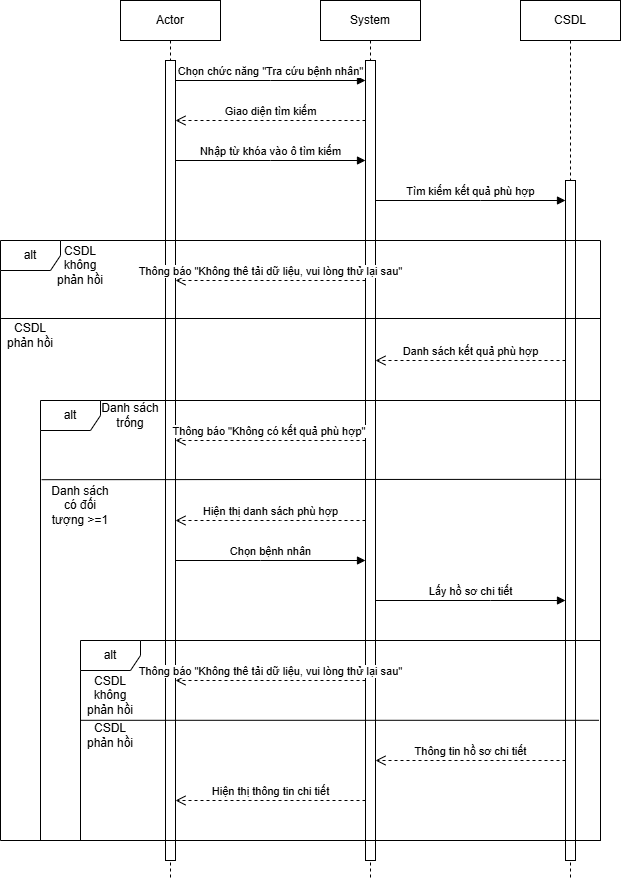
Thiencc03-07-2006/PTIT_CNTT2_IT105_Project keeps this draw.io diagram as Sequence32_1.drawio.png. Above is the earlier version. Source tidied: cells renumbered, new cells last; positions are measured from the earlier drawing's top-left corner, leaving out a move shared by most shapes.
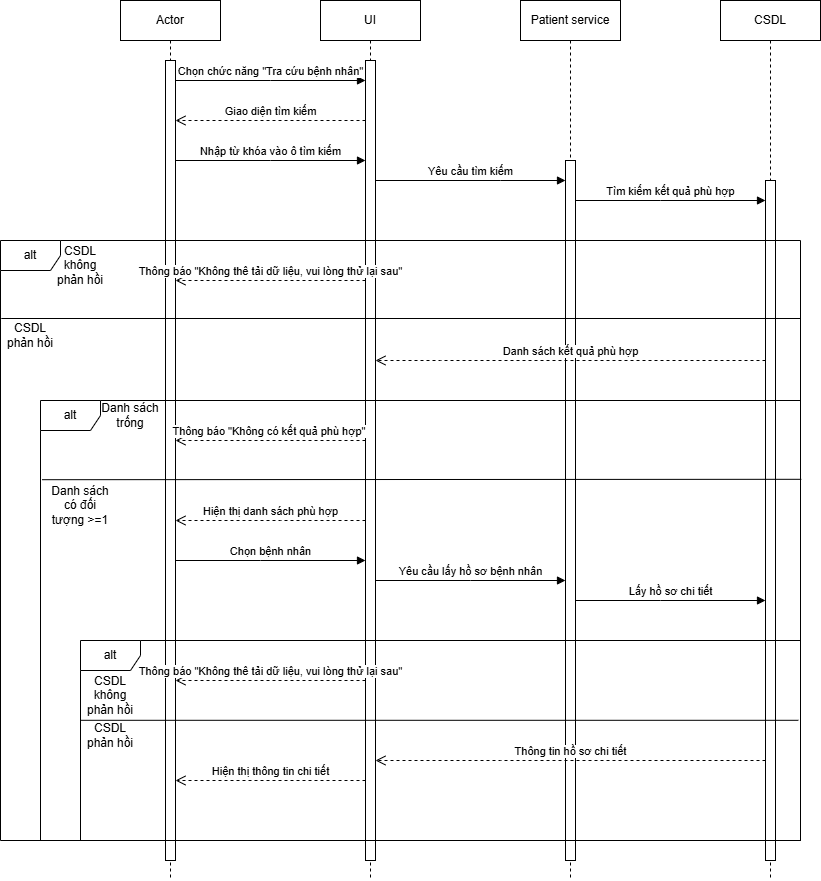
Later version of the same file.

What changed in the source:
```diff
@@ -2,14 +2,20 @@
   <root>
     <mxCell id="0" />
     <mxCell id="1" parent="0" />
-    <mxCell id="2" value="System" style="shape=umlLifeline;perimeter=lifelinePerimeter;whiteSpace=wrap;html=1;newEdgeStyle={&quot;curved&quot;:0,&quot;rounded&quot;:0};" parent="1" vertex="1">
-      <mxGeometry x="320" width="100" height="880" as="geometry" />
-    </mxCell>
-    <mxCell id="3" style="html=1;points=[[0,0,0,0,5],[0,1,0,0,-5],[1,0,0,0,5],[1,1,0,0,-5]];perimeter=orthogonalPerimeter;outlineConnect=0;targetShapes=umlLifeline;portConstraint=eastwest;newEdgeStyle={&quot;curved&quot;:0,&quot;rounded&quot;:0};" parent="2" vertex="1">
-      <mxGeometry x="45" y="60" width="10" height="800" as="geometry" />
-    </mxCell>
+    <mxCell id="33" value="Patient service" style="shape=umlLifeline;perimeter=lifelinePerimeter;whiteSpace=wrap;html=1;newEdgeStyle={&quot;curved&quot;:0,&quot;rounded&quot;:0};" parent="1" vertex="1">
+      <mxGeometry x="520" width="100" height="880" as="geometry" />
+    </mxCell>
+    <mxCell id="34" style="html=1;points=[[0,0,0,0,5],[0,1,0,0,-5],[1,0,0,0,5],[1,1,0,0,-5]];perimeter=orthogonalPerimeter;outlineConnect=0;targetShapes=umlLifeline;portConstraint=eastwest;newEdgeStyle={&quot;curved&quot;:0,&quot;rounded&quot;:0};" parent="33" vertex="1">
+      <mxGeometry x="45" y="160" width="10" height="700" as="geometry" />
+    </mxCell>
+    <mxCell id="35" value="UI" style="shape=umlLifeline;perimeter=lifelinePerimeter;whiteSpace=wrap;html=1;newEdgeStyle={&quot;curved&quot;:0,&quot;rounded&quot;:0};" parent="1" vertex="1">
+      <mxGeometry x="320" width="100" height="880" as="geometry" />
+    </mxCell>
+    <mxCell id="36" style="html=1;points=[[0,0,0,0,5],[0,1,0,0,-5],[1,0,0,0,5],[1,1,0,0,-5]];perimeter=orthogonalPerimeter;outlineConnect=0;targetShapes=umlLifeline;portConstraint=eastwest;newEdgeStyle={&quot;curved&quot;:0,&quot;rounded&quot;:0};" parent="35" vertex="1">
+      <mxGeometry x="45" y="60" width="10" height="800" as="geometry" />
+    </mxCell>
     <mxCell id="4" value="CSDL" style="shape=umlLifeline;perimeter=lifelinePerimeter;whiteSpace=wrap;html=1;newEdgeStyle={&quot;curved&quot;:0,&quot;rounded&quot;:0};" parent="1" vertex="1">
-      <mxGeometry x="520" width="100" height="880" as="geometry" />
+      <mxGeometry x="720" width="100" height="880" as="geometry" />
     </mxCell>
     <mxCell id="5" style="html=1;points=[[0,0,0,0,5],[0,1,0,0,-5],[1,0,0,0,5],[1,1,0,0,-5]];perimeter=orthogonalPerimeter;outlineConnect=0;targetShapes=umlLifeline;portConstraint=eastwest;newEdgeStyle={&quot;curved&quot;:0,&quot;rounded&quot;:0};" parent="4" vertex="1">
       <mxGeometry x="45" y="180" width="10" height="680" as="geometry" />
@@ -17,135 +23,149 @@
     <mxCell id="6" value="Actor" style="shape=umlLifeline;perimeter=lifelinePerimeter;whiteSpace=wrap;html=1;newEdgeStyle={&quot;curved&quot;:0,&quot;rounded&quot;:0};" parent="1" vertex="1">
       <mxGeometry x="120" width="100" height="880" as="geometry" />
     </mxCell>
-    <mxCell id="7" style="html=1;points=[[0,0,0,0,5],[0,1,0,0,-5],[1,0,0,0,5],[1,1,0,0,-5]];perimeter=orthogonalPerimeter;outlineConnect=0;targetShapes=umlLifeline;portConstraint=eastwest;newEdgeStyle={&quot;curved&quot;:0,&quot;rounded&quot;:0};" parent="6" vertex="1">
-      <mxGeometry x="45" y="60" width="10" height="800" as="geometry" />
-    </mxCell>
+    <mxCell id="37" style="html=1;points=[[0,0,0,0,5],[0,1,0,0,-5],[1,0,0,0,5],[1,1,0,0,-5]];perimeter=orthogonalPerimeter;outlineConnect=0;targetShapes=umlLifeline;portConstraint=eastwest;newEdgeStyle={&quot;curved&quot;:0,&quot;rounded&quot;:0};" parent="6" vertex="1">
+      <mxGeometry x="45" y="60" width="10" height="800" as="geometry" />
+    </mxCell>
-    <mxCell id="8" value="Chọn chức năng &quot;Tra cứu bệnh nhân&quot;" style="html=1;verticalAlign=bottom;endArrow=block;curved=0;rounded=0;" parent="1" edge="1" source="7" target="3">
+    <mxCell id="8" value="Chọn chức năng &quot;Tra cứu bệnh nhân&quot;" style="html=1;verticalAlign=bottom;endArrow=block;curved=0;rounded=0;" parent="1" edge="1" source="37" target="36">
       <mxGeometry relative="1" as="geometry">
         <Array as="points">
           <mxPoint x="270" y="80" />
         </Array>
       </mxGeometry>
     </mxCell>
-    <mxCell id="9" value="Giao diện tìm kiếm" style="html=1;verticalAlign=bottom;endArrow=open;dashed=1;endSize=8;curved=0;rounded=0;" parent="1" edge="1" source="3" target="7">
+    <mxCell id="9" value="Giao diện tìm kiếm" style="html=1;verticalAlign=bottom;endArrow=open;dashed=1;endSize=8;curved=0;rounded=0;" parent="1" edge="1" source="36" target="37">
       <mxGeometry relative="1" as="geometry">
         <Array as="points">
           <mxPoint x="270" y="120" />
         </Array>
       </mxGeometry>
     </mxCell>
-    <mxCell id="10" value="Nhập từ khóa vào ô tìm kiếm" style="html=1;verticalAlign=bottom;endArrow=block;curved=0;rounded=0;" parent="1" edge="1" source="7" target="3">
+    <mxCell id="10" value="Nhập từ khóa vào ô tìm kiếm" style="html=1;verticalAlign=bottom;endArrow=block;curved=0;rounded=0;" parent="1" edge="1" source="37" target="36">
       <mxGeometry relative="1" as="geometry">
         <Array as="points">
           <mxPoint x="270" y="160" />
         </Array>
       </mxGeometry>
     </mxCell>
-    <mxCell id="11" value="Tìm kiếm kết quả phù hợp" style="html=1;verticalAlign=bottom;endArrow=block;curved=0;rounded=0;" parent="1" edge="1" source="3" target="5">
+    <mxCell id="11" value="Tìm kiếm kết quả phù hợp" style="html=1;verticalAlign=bottom;endArrow=block;curved=0;rounded=0;" parent="1" edge="1" source="34" target="5">
       <mxGeometry relative="1" as="geometry">
         <Array as="points">
-          <mxPoint x="480" y="200" />
+          <mxPoint x="660" y="200" />
         </Array>
       </mxGeometry>
     </mxCell>
-    <mxCell id="12" value="alt" style="shape=umlFrame;whiteSpace=wrap;html=1;" parent="1" vertex="1">
-      <mxGeometry x="40" y="400" width="560" height="440" as="geometry" />
-    </mxCell>
+    <mxCell id="38" value="alt" style="shape=umlFrame;whiteSpace=wrap;html=1;" parent="1" vertex="1">
+      <mxGeometry x="40" y="400" width="760" height="440" as="geometry" />
+    </mxCell>
-    <mxCell id="13" value="Danh sách kết quả phù hợp" style="html=1;verticalAlign=bottom;endArrow=open;dashed=1;endSize=8;curved=0;rounded=0;" parent="1" edge="1" source="5" target="3">
+    <mxCell id="13" value="Danh sách kết quả phù hợp" style="html=1;verticalAlign=bottom;endArrow=open;dashed=1;endSize=8;curved=0;rounded=0;" parent="1" edge="1" source="5" target="36">
       <mxGeometry relative="1" as="geometry">
         <Array as="points">
           <mxPoint x="440" y="360" />
         </Array>
       </mxGeometry>
     </mxCell>
-    <mxCell id="14" value="Hiện thị danh sách phù hợp" style="html=1;verticalAlign=bottom;endArrow=open;dashed=1;endSize=8;curved=0;rounded=0;" parent="1" edge="1" source="3" target="7">
+    <mxCell id="14" value="Hiện thị danh sách phù hợp" style="html=1;verticalAlign=bottom;endArrow=open;dashed=1;endSize=8;curved=0;rounded=0;" parent="1" edge="1" source="36" target="37">
       <mxGeometry relative="1" as="geometry">
         <Array as="points">
           <mxPoint x="280" y="520" />
         </Array>
       </mxGeometry>
     </mxCell>
-    <mxCell id="15" value="Thông báo &quot;Không có kết quả phù hợp&quot;&amp;nbsp;" style="html=1;verticalAlign=bottom;endArrow=open;dashed=1;endSize=8;curved=0;rounded=0;" parent="1" edge="1" source="3" target="7">
+    <mxCell id="15" value="Thông báo &quot;Không có kết quả phù hợp&quot;&amp;nbsp;" style="html=1;verticalAlign=bottom;endArrow=open;dashed=1;endSize=8;curved=0;rounded=0;" parent="1" edge="1" source="36" target="37">
       <mxGeometry relative="1" as="geometry">
         <Array as="points">
           <mxPoint x="260" y="440" />
         </Array>
       </mxGeometry>
     </mxCell>
-    <mxCell id="16" value="alt" style="shape=umlFrame;whiteSpace=wrap;html=1;" parent="1" vertex="1">
-      <mxGeometry y="240" width="600" height="600" as="geometry" />
-    </mxCell>
-    <mxCell id="17" value="CSDL không phản hồi" style="text;html=1;whiteSpace=wrap;strokeColor=none;fillColor=none;align=center;verticalAlign=middle;rounded=0;" parent="1" vertex="1">
-      <mxGeometry x="50" y="250" width="60" height="30" as="geometry" />
-    </mxCell>
-    <mxCell id="18" value="Thông báo &quot;Không thê tải dữ liệu, vui lòng thử lại sau&quot;" style="html=1;verticalAlign=bottom;endArrow=open;dashed=1;endSize=8;curved=0;rounded=0;" parent="1" edge="1" source="3" target="7">
-      <mxGeometry relative="1" as="geometry">
-        <Array as="points">
-          <mxPoint x="270" y="280" />
-        </Array>
-      </mxGeometry>
-    </mxCell>
+    <mxCell id="39" value="alt" style="shape=umlFrame;whiteSpace=wrap;html=1;" parent="1" vertex="1">
+      <mxGeometry y="240" width="800" height="600" as="geometry" />
+    </mxCell>
+    <mxCell id="40" value="CSDL không phản hồi" style="text;html=1;whiteSpace=wrap;strokeColor=none;fillColor=none;align=center;verticalAlign=middle;rounded=0;" parent="1" vertex="1">
+      <mxGeometry x="50" y="250" width="60" height="30" as="geometry" />
+    </mxCell>
+    <mxCell id="41" value="Thông báo &quot;Không thê tải dữ liệu, vui lòng thử lại sau&quot;" style="html=1;verticalAlign=bottom;endArrow=open;dashed=1;endSize=8;curved=0;rounded=0;" parent="1" edge="1" source="36" target="37">
+      <mxGeometry relative="1" as="geometry">
+        <Array as="points">
+          <mxPoint x="270" y="280" />
+        </Array>
+      </mxGeometry>
+    </mxCell>
     <mxCell id="19" value="Danh sách trống" style="text;html=1;whiteSpace=wrap;strokeColor=none;fillColor=none;align=center;verticalAlign=middle;rounded=0;" parent="1" vertex="1">
       <mxGeometry x="100" y="400" width="60" height="30" as="geometry" />
     </mxCell>
-    <mxCell id="20" value="Chọn bệnh nhân" style="html=1;verticalAlign=bottom;endArrow=block;curved=0;rounded=0;" parent="1" edge="1" source="7" target="3">
+    <mxCell id="20" value="Chọn bệnh nhân" style="html=1;verticalAlign=bottom;endArrow=block;curved=0;rounded=0;" parent="1" edge="1" source="37" target="36">
       <mxGeometry relative="1" as="geometry">
         <Array as="points">
           <mxPoint x="260" y="560" />
         </Array>
       </mxGeometry>
     </mxCell>
-    <mxCell id="21" value="Lấy hồ sơ chi tiết" style="html=1;verticalAlign=bottom;endArrow=block;curved=0;rounded=0;" parent="1" edge="1" source="3" target="5">
+    <mxCell id="21" value="Lấy hồ sơ chi tiết" style="html=1;verticalAlign=bottom;endArrow=block;curved=0;rounded=0;" parent="1" edge="1" source="34" target="5">
       <mxGeometry relative="1" as="geometry">
         <Array as="points">
-          <mxPoint x="490" y="600" />
+          <mxPoint x="660" y="600" />
         </Array>
       </mxGeometry>
     </mxCell>
-    <mxCell id="22" value="alt" style="shape=umlFrame;whiteSpace=wrap;html=1;" parent="1" vertex="1">
-      <mxGeometry x="80" y="640" width="520" height="200" as="geometry" />
-    </mxCell>
-    <mxCell id="23" value="CSDL không phản hồi" style="text;html=1;whiteSpace=wrap;strokeColor=none;fillColor=none;align=center;verticalAlign=middle;rounded=0;" parent="1" vertex="1">
-      <mxGeometry x="80" y="680" width="60" height="30" as="geometry" />
-    </mxCell>
-    <mxCell id="24" value="Thông báo &quot;Không thê tải dữ liệu, vui lòng thử lại sau&quot;" style="html=1;verticalAlign=bottom;endArrow=open;dashed=1;endSize=8;curved=0;rounded=0;" parent="1" edge="1" source="3" target="7">
-      <mxGeometry relative="1" as="geometry">
-        <Array as="points">
-          <mxPoint x="260" y="680" />
-        </Array>
-      </mxGeometry>
-    </mxCell>
+    <mxCell id="42" value="alt" style="shape=umlFrame;whiteSpace=wrap;html=1;" parent="1" vertex="1">
+      <mxGeometry x="80" y="640" width="720" height="200" as="geometry" />
+    </mxCell>
+    <mxCell id="43" value="CSDL không phản hồi" style="text;html=1;whiteSpace=wrap;strokeColor=none;fillColor=none;align=center;verticalAlign=middle;rounded=0;" parent="1" vertex="1">
+      <mxGeometry x="80" y="680" width="60" height="30" as="geometry" />
+    </mxCell>
+    <mxCell id="44" value="Thông báo &quot;Không thê tải dữ liệu, vui lòng thử lại sau&quot;" style="html=1;verticalAlign=bottom;endArrow=open;dashed=1;endSize=8;curved=0;rounded=0;" parent="1" edge="1" source="36" target="37">
+      <mxGeometry relative="1" as="geometry">
+        <Array as="points">
+          <mxPoint x="260" y="680" />
+        </Array>
+      </mxGeometry>
+    </mxCell>
-    <mxCell id="25" value="Thông tin hồ sơ chi tiết" style="html=1;verticalAlign=bottom;endArrow=open;dashed=1;endSize=8;curved=0;rounded=0;" parent="1" edge="1" source="5" target="3">
+    <mxCell id="25" value="Thông tin hồ sơ chi tiết" style="html=1;verticalAlign=bottom;endArrow=open;dashed=1;endSize=8;curved=0;rounded=0;" parent="1" edge="1" source="5" target="36">
       <mxGeometry relative="1" as="geometry">
         <Array as="points">
           <mxPoint x="500" y="760" />
         </Array>
       </mxGeometry>
     </mxCell>
-    <mxCell id="26" value="Hiện thị thông tin chi tiết" style="html=1;verticalAlign=bottom;endArrow=open;dashed=1;endSize=8;curved=0;rounded=0;" parent="1" edge="1" source="3" target="7">
+    <mxCell id="26" value="Hiện thị thông tin chi tiết" style="html=1;verticalAlign=bottom;endArrow=open;dashed=1;endSize=8;curved=0;rounded=0;" parent="1" edge="1" source="36" target="37">
       <mxGeometry relative="1" as="geometry">
         <Array as="points">
-          <mxPoint x="300" y="800" />
+          <mxPoint x="300" y="780" />
         </Array>
       </mxGeometry>
     </mxCell>
-    <mxCell id="27" style="endArrow=none;html=1;rounded=0;exitX=0.001;exitY=0.13;exitDx=0;exitDy=0;exitPerimeter=0;entryX=1;entryY=0.13;entryDx=0;entryDy=0;entryPerimeter=0;" parent="1" edge="1" source="16" target="16">
-      <mxGeometry relative="1" as="geometry" />
-    </mxCell>
-    <mxCell id="28" style="endArrow=none;html=1;rounded=0;exitX=0.002;exitY=0.18;exitDx=0;exitDy=0;exitPerimeter=0;entryX=1.001;entryY=0.398;entryDx=0;entryDy=0;entryPerimeter=0;" parent="1" edge="1" source="12" target="16">
-      <mxGeometry relative="1" as="geometry" />
-    </mxCell>
-    <mxCell id="29" style="endArrow=none;html=1;rounded=0;exitX=0.001;exitY=0.399;exitDx=0;exitDy=0;exitPerimeter=0;entryX=0.997;entryY=0.399;entryDx=0;entryDy=0;entryPerimeter=0;" parent="1" edge="1" source="22" target="22">
-      <mxGeometry relative="1" as="geometry" />
-    </mxCell>
-    <mxCell id="30" value="CSDL phản hồi" style="text;html=1;whiteSpace=wrap;strokeColor=none;fillColor=none;align=center;verticalAlign=middle;rounded=0;" parent="1" vertex="1">
-      <mxGeometry y="320" width="60" height="30" as="geometry" />
-    </mxCell>
-    <mxCell id="31" value="CSDL phản hồi" style="text;html=1;whiteSpace=wrap;strokeColor=none;fillColor=none;align=center;verticalAlign=middle;rounded=0;" parent="1" vertex="1">
-      <mxGeometry x="80" y="720" width="60" height="30" as="geometry" />
-    </mxCell>
+    <mxCell id="45" style="endArrow=none;html=1;rounded=0;exitX=0.001;exitY=0.13;exitDx=0;exitDy=0;exitPerimeter=0;entryX=1;entryY=0.13;entryDx=0;entryDy=0;entryPerimeter=0;" parent="1" edge="1" source="39" target="39">
+      <mxGeometry relative="1" as="geometry" />
+    </mxCell>
+    <mxCell id="46" style="endArrow=none;html=1;rounded=0;exitX=0.002;exitY=0.18;exitDx=0;exitDy=0;exitPerimeter=0;entryX=1.001;entryY=0.398;entryDx=0;entryDy=0;entryPerimeter=0;" parent="1" edge="1" source="38" target="39">
+      <mxGeometry relative="1" as="geometry" />
+    </mxCell>
+    <mxCell id="47" style="endArrow=none;html=1;rounded=0;exitX=0.001;exitY=0.399;exitDx=0;exitDy=0;exitPerimeter=0;entryX=0.997;entryY=0.399;entryDx=0;entryDy=0;entryPerimeter=0;" parent="1" edge="1" source="42" target="42">
+      <mxGeometry relative="1" as="geometry" />
+    </mxCell>
+    <mxCell id="48" value="CSDL phản hồi" style="text;html=1;whiteSpace=wrap;strokeColor=none;fillColor=none;align=center;verticalAlign=middle;rounded=0;" parent="1" vertex="1">
+      <mxGeometry y="320" width="60" height="30" as="geometry" />
+    </mxCell>
+    <mxCell id="49" value="CSDL phản hồi" style="text;html=1;whiteSpace=wrap;strokeColor=none;fillColor=none;align=center;verticalAlign=middle;rounded=0;" parent="1" vertex="1">
+      <mxGeometry x="80" y="720" width="60" height="30" as="geometry" />
+    </mxCell>
     <mxCell id="32" value="Danh sách có đối tượng &amp;gt;=1" style="text;html=1;whiteSpace=wrap;strokeColor=none;fillColor=none;align=center;verticalAlign=middle;rounded=0;" parent="1" vertex="1">
       <mxGeometry x="50" y="490" width="60" height="30" as="geometry" />
     </mxCell>
+    <mxCell id="50" value="Yêu cầu tìm kiếm" style="html=1;verticalAlign=bottom;endArrow=block;curved=0;rounded=0;" parent="1" edge="1" source="36" target="34">
+      <mxGeometry relative="1" as="geometry">
+        <Array as="points">
+          <mxPoint x="500" y="180" />
+        </Array>
+      </mxGeometry>
+    </mxCell>
+    <mxCell id="51" value="Yêu cầu lấy hồ sơ bệnh nhân" style="html=1;verticalAlign=bottom;endArrow=block;curved=0;rounded=0;" parent="1" edge="1" source="36" target="34">
+      <mxGeometry relative="1" as="geometry">
+        <Array as="points">
+          <mxPoint x="470" y="580" />
+        </Array>
+      </mxGeometry>
+    </mxCell>
   </root>
 </mxGraphModel>
```
